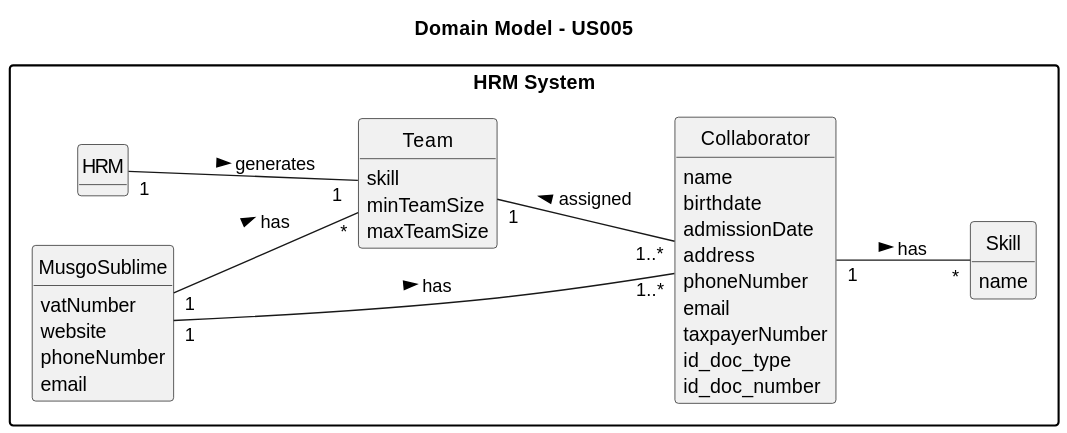
SAEmanuel/Green_Spaces_Management_ISEP keeps this PlantUML diagram as docs/sprintB/us005/02.analysis/svg/us005-domain-model.svg. Above is the earlier version. Source of this version:
```plantuml
@startuml
skinparam monochrome true
skinparam packageStyle rectangle
skinparam shadowing false

title Domain Model - US005

skinparam classAttributeIconSize 0

left to right direction

hide circles
hide methods

package "HRM System" {
    class HRM {
    }

    class Team {
        skill
        minTeamSize
        maxTeamSize
    }

    class Collaborator {
            name
            birthdate
            admissionDate
            address
            phoneNumber
            email
            taxpayerNumber
            id_doc_type
            id_doc_number

        }

    class MusgoSublime {
        vatNumber
        website
        phoneNumber
        email
    }

    class Skill {
        name
    }


    HRM "1  " -- "1 " Team : generates >
    MusgoSublime "1 " -- "*" Team : has >
    MusgoSublime "1 " -- "1..*" Collaborator : has >
    Team "1 " -- "1..*" Collaborator : assigned <

    Collaborator "1" -- "*" Skill : has >


}
@enduml
```
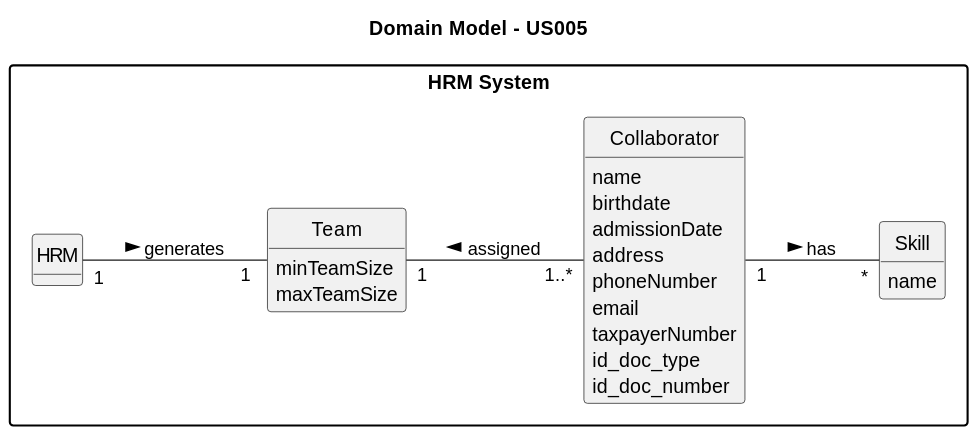
After the commit.

The edit, as a diff of the source:
```diff
@@ -17,29 +17,20 @@
     }
 
     class Team {
-        skill
         minTeamSize
         maxTeamSize
     }
 
     class Collaborator {
-            name
-            birthdate
-            admissionDate
-            address
-            phoneNumber
-            email
-            taxpayerNumber
-            id_doc_type
-            id_doc_number
-
-        }
-
-    class MusgoSublime {
-        vatNumber
-        website
+        name
+        birthdate
+        admissionDate
+        address
         phoneNumber
         email
+        taxpayerNumber
+        id_doc_type
+        id_doc_number
     }
 
     class Skill {
@@ -48,12 +39,7 @@
 
 
     HRM "1  " -- "1 " Team : generates >
-    MusgoSublime "1 " -- "*" Team : has >
-    MusgoSublime "1 " -- "1..*" Collaborator : has >
     Team "1 " -- "1..*" Collaborator : assigned <
-
     Collaborator "1" -- "*" Skill : has >
-
-
 }
 @enduml
```
